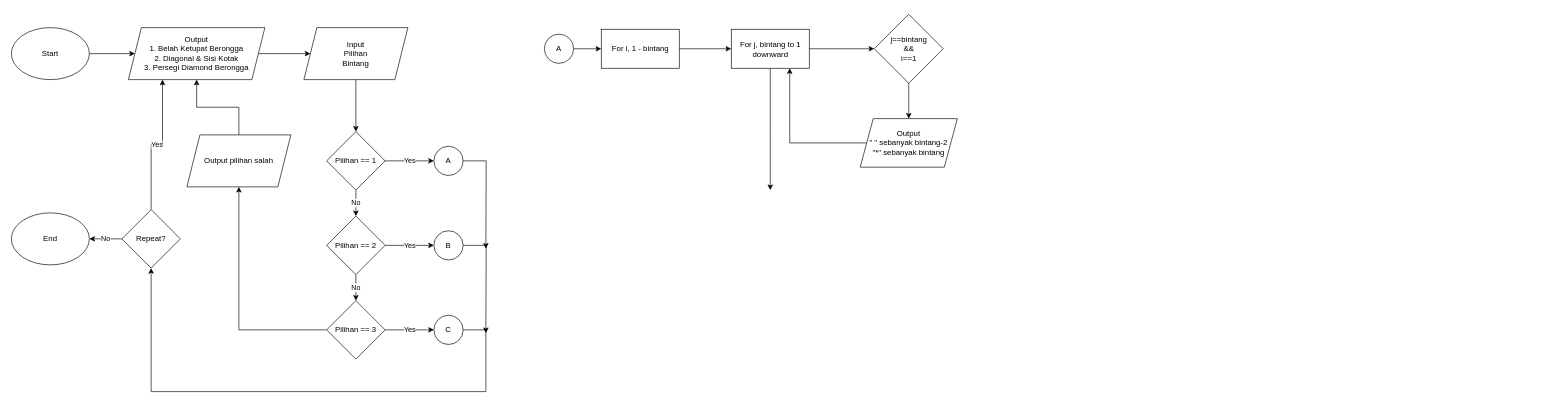
This is bintang.drawio from eraldss1/diagram-signcryption, a draw.io file, before an edit. Source tidied: cells renumbered, new cells numbered last; positions are measured from the earlier drawing's top-left corner, leaving out a move shared by most shapes. Both pictures are drawn from the tidied source at 65%, with x=0, y=0 at pixel (11, 14).
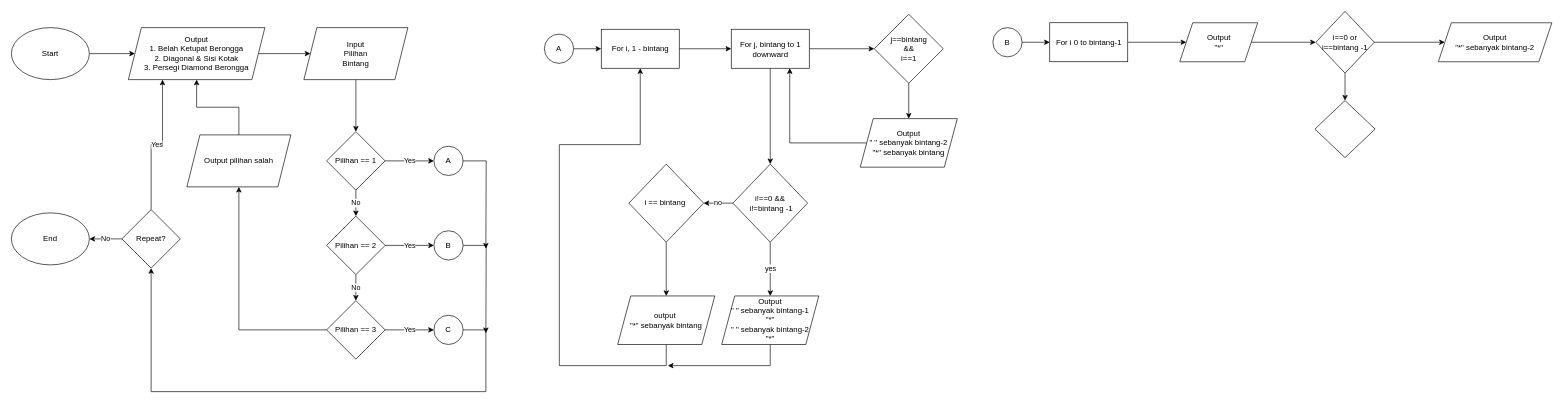
After the change.

The change refers to these unchanged cells:
```xml
<mxCell id="32" value="For i, 1 - bintang" style="whiteSpace=wrap;html=1;" parent="1" vertex="1">
  <mxGeometry x="907.5" y="23.5" width="120" height="60" as="geometry" />
</mxCell>
<mxCell id="35" value="For j, bintang to 1&lt;br&gt;downward" style="whiteSpace=wrap;html=1;" parent="1" vertex="1">
  <mxGeometry x="1107.5" y="23.5" width="120" height="60" as="geometry" />
</mxCell>
```

Change to the diagram source:
```diff
@@
-    <mxCell id="34" style="edgeStyle=orthogonalEdgeStyle;rounded=0;jettySize=auto;html=1;" parent="1" edge="1" source="35">
-      <mxGeometry relative="1" as="geometry">
-        <mxPoint x="1167.5" y="271" as="targetPoint" />
-      </mxGeometry>
+    <mxCell id="34" style="edgeStyle=orthogonalEdgeStyle;rounded=0;jettySize=auto;html=1;" parent="1" edge="1" source="35" target="42">
+      <mxGeometry relative="1" as="geometry" />
     </mxCell>
@@
+    <mxCell id="40" value="yes" style="edgeStyle=orthogonalEdgeStyle;rounded=0;jettySize=auto;html=1;entryX=0.5;entryY=0;entryDx=0;entryDy=0;" parent="1" edge="1" source="42" target="44">
+      <mxGeometry relative="1" as="geometry" />
+    </mxCell>
+    <mxCell id="41" value="no" style="edgeStyle=orthogonalEdgeStyle;rounded=0;jettySize=auto;html=1;entryX=1;entryY=0.5;entryDx=0;entryDy=0;" parent="1" edge="1" source="42" target="46">
+      <mxGeometry relative="1" as="geometry" />
+    </mxCell>
+    <mxCell id="42" value="i!==0 &amp;amp;&amp;amp;&lt;br&gt;&amp;nbsp;i!=bintang -1" style="rhombus;whiteSpace=wrap;html=1;" parent="1" vertex="1">
+      <mxGeometry x="1110" y="231" width="115" height="120" as="geometry" />
+    </mxCell>
+    <mxCell id="43" style="edgeStyle=orthogonalEdgeStyle;rounded=0;jettySize=auto;html=1;" parent="1" edge="1" source="44">
+      <mxGeometry relative="1" as="geometry">
+        <mxPoint x="1010" y="541" as="targetPoint" />
+        <Array as="points">
+          <mxPoint x="1168" y="541" />
+        </Array>
+      </mxGeometry>
+    </mxCell>
+    <mxCell id="44" value="Output&lt;br&gt;&quot; &quot; sebanyak bintang-1&lt;br&gt;&quot;*&quot;&lt;br&gt;&quot; &quot; sebanyak bintang-2&lt;br&gt;&quot;*&quot;" style="shape=parallelogram;perimeter=parallelogramPerimeter;whiteSpace=wrap;html=1;fixedSize=1;" parent="1" vertex="1">
+      <mxGeometry x="1092.8" y="433.8" width="149.4" height="74.7" as="geometry" />
+    </mxCell>
+    <mxCell id="45" style="edgeStyle=orthogonalEdgeStyle;rounded=0;jettySize=auto;html=1;entryX=0.5;entryY=0;entryDx=0;entryDy=0;" parent="1" edge="1" source="46" target="48">
+      <mxGeometry relative="1" as="geometry" />
+    </mxCell>
+    <mxCell id="46" value="i == bintang&amp;nbsp;" style="rhombus;whiteSpace=wrap;html=1;" parent="1" vertex="1">
+      <mxGeometry x="950" y="231" width="115" height="120" as="geometry" />
+    </mxCell>
+    <mxCell id="47" style="edgeStyle=orthogonalEdgeStyle;rounded=0;jettySize=auto;html=1;entryX=0.5;entryY=1;entryDx=0;entryDy=0;" parent="1" edge="1" source="48" target="32">
+      <mxGeometry relative="1" as="geometry">
+        <Array as="points">
+          <mxPoint x="1008" y="541" />
+          <mxPoint x="843" y="541" />
+          <mxPoint x="843" y="201" />
+          <mxPoint x="968" y="201" />
+        </Array>
+      </mxGeometry>
+    </mxCell>
+    <mxCell id="48" value="output&amp;nbsp;&lt;br&gt;&quot;*&quot; sebanyak bintang" style="shape=parallelogram;perimeter=parallelogramPerimeter;whiteSpace=wrap;html=1;fixedSize=1;" parent="1" vertex="1">
+      <mxGeometry x="932.8" y="433.8" width="149.4" height="74.7" as="geometry" />
+    </mxCell>
+    <mxCell id="49" style="edgeStyle=orthogonalEdgeStyle;rounded=0;jettySize=auto;html=1;" parent="1" edge="1" source="50" target="52">
+      <mxGeometry relative="1" as="geometry" />
+    </mxCell>
+    <mxCell id="50" value="B" style="ellipse;whiteSpace=wrap;html=1;" parent="1" vertex="1">
+      <mxGeometry x="1510" y="21" width="45" height="45" as="geometry" />
+    </mxCell>
+    <mxCell id="51" style="edgeStyle=orthogonalEdgeStyle;rounded=0;jettySize=auto;html=1;" parent="1" edge="1" source="52" target="54">
+      <mxGeometry relative="1" as="geometry" />
+    </mxCell>
+    <mxCell id="52" value="For i 0 to bintang-1" style="whiteSpace=wrap;html=1;" parent="1" vertex="1">
+      <mxGeometry x="1597.5" y="13.5" width="120" height="60" as="geometry" />
+    </mxCell>
+    <mxCell id="53" style="edgeStyle=orthogonalEdgeStyle;rounded=0;jettySize=auto;html=1;" parent="1" edge="1" source="54" target="57">
+      <mxGeometry relative="1" as="geometry" />
+    </mxCell>
+    <mxCell id="54" value="Output&lt;br&gt;&quot;*&quot;" style="shape=parallelogram;perimeter=parallelogramPerimeter;whiteSpace=wrap;html=1;fixedSize=1;" parent="1" vertex="1">
+      <mxGeometry x="1797.5" y="13.5" width="120" height="60" as="geometry" />
+    </mxCell>
+    <mxCell id="55" style="edgeStyle=orthogonalEdgeStyle;rounded=0;jettySize=auto;html=1;" parent="1" edge="1" source="57" target="58">
+      <mxGeometry relative="1" as="geometry" />
+    </mxCell>
+    <mxCell id="56" style="edgeStyle=orthogonalEdgeStyle;rounded=0;jettySize=auto;html=1;" parent="1" edge="1" source="57" target="59">
+      <mxGeometry relative="1" as="geometry" />
+    </mxCell>
+    <mxCell id="57" value="i==0 or &lt;br&gt;i==bintang -1" style="rhombus;whiteSpace=wrap;html=1;" parent="1" vertex="1">
+      <mxGeometry x="2006.8" y="-4" width="90" height="95" as="geometry" />
+    </mxCell>
+    <mxCell id="58" value="Output&lt;br&gt;&quot;*&quot; sebanyak bintang-2" style="shape=parallelogram;perimeter=parallelogramPerimeter;whiteSpace=wrap;html=1;fixedSize=1;" parent="1" vertex="1">
+      <mxGeometry x="2195.3" y="13.5" width="174.7" height="60" as="geometry" />
+    </mxCell>
+    <mxCell id="59" style="rhombus;whiteSpace=wrap;html=1;" parent="1" vertex="1">
+      <mxGeometry x="2005.4" y="133.2" width="92.7" height="87.8" as="geometry" />
+    </mxCell>
```
